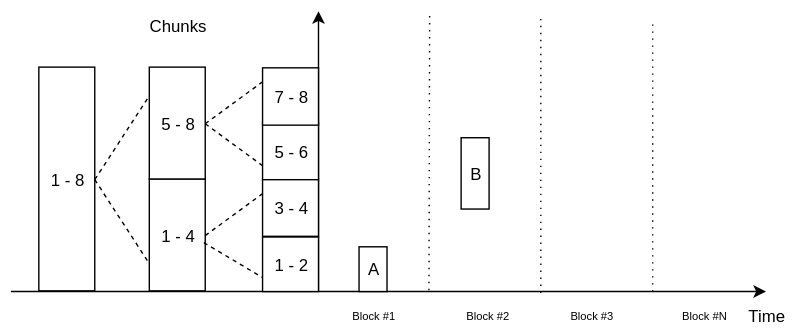
Above: chunks-and-tree.svg in artall64/tmp-isao-images (draw.io), before the change. Source tidied: cells renumbered, new cells last; positions are measured from the earlier drawing's top-left corner, leaving out a move shared by most shapes.
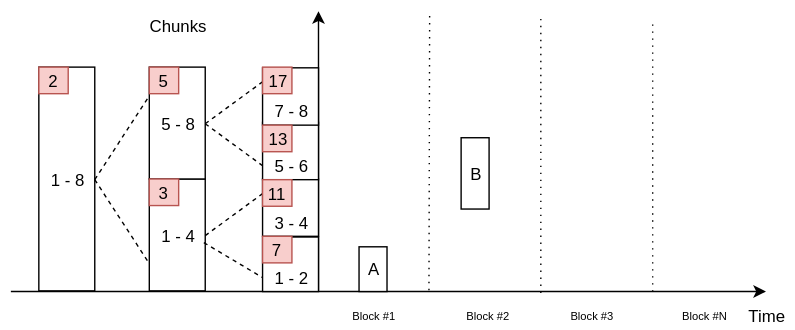
Later version of the same file.

What changed in the source:
```diff
@@ -14,13 +14,13 @@
         <mxPoint x="220" y="-0.5" as="targetPoint" />
       </mxGeometry>
     </mxCell>
-    <mxCell id="4" value="3 - 4" style="rounded=0;whiteSpace=wrap;html=1;fillColor=#ffffff;strokeColor=#000000;" parent="1" vertex="1">
+    <mxCell id="4" value="3 - 4" style="rounded=0;whiteSpace=wrap;html=1;fillColor=#ffffff;strokeColor=#000000;verticalAlign=bottom;" parent="1" vertex="1">
       <mxGeometry x="180" y="119.5" width="40" height="41" as="geometry" />
     </mxCell>
-    <mxCell id="5" value="5 - 6" style="rounded=0;whiteSpace=wrap;html=1;fillColor=#ffffff;strokeColor=#000000;" parent="1" vertex="1">
+    <mxCell id="5" value="5 - 6" style="rounded=0;whiteSpace=wrap;html=1;fillColor=#ffffff;strokeColor=#000000;verticalAlign=bottom;" parent="1" vertex="1">
       <mxGeometry x="180" y="79" width="40" height="41" as="geometry" />
     </mxCell>
-    <mxCell id="6" value="7 - 8" style="rounded=0;whiteSpace=wrap;html=1;" parent="1" vertex="1">
+    <mxCell id="6" value="7 - 8" style="rounded=0;whiteSpace=wrap;html=1;verticalAlign=bottom;" parent="1" vertex="1">
       <mxGeometry x="180" y="40" width="40" height="41" as="geometry" />
     </mxCell>
     <mxCell id="7" value="1 - 4" style="rounded=0;whiteSpace=wrap;html=1;fillColor=#ffffff;strokeColor=#000000;" parent="1" vertex="1">
@@ -92,8 +92,29 @@
     <mxCell id="26" value="A" style="rounded=0;whiteSpace=wrap;html=1;fillColor=#ffffff;strokeColor=#000000;" parent="1" vertex="1">
       <mxGeometry x="249" y="168" width="20" height="32" as="geometry" />
     </mxCell>
-    <mxCell id="27" value="1 - 2" style="rounded=0;whiteSpace=wrap;html=1;fillColor=#ffffff;strokeColor=#000000;" parent="1" vertex="1">
+    <mxCell id="27" value="1 - 2" style="rounded=0;whiteSpace=wrap;html=1;fillColor=#ffffff;strokeColor=#000000;verticalAlign=bottom;" parent="1" vertex="1">
       <mxGeometry x="180" y="161" width="40" height="39" as="geometry" />
     </mxCell>
+    <mxCell id="28" value="2" style="text;html=1;strokeColor=#b85450;fillColor=#f8cecc;align=center;verticalAlign=middle;whiteSpace=wrap;rounded=0;" parent="1" vertex="1">
+      <mxGeometry x="20" y="39.5" width="21" height="19" as="geometry" />
+    </mxCell>
+    <mxCell id="29" value="3" style="text;html=1;strokeColor=#b85450;fillColor=#f8cecc;align=center;verticalAlign=middle;whiteSpace=wrap;rounded=0;" parent="1" vertex="1">
+      <mxGeometry x="99" y="119.5" width="21" height="19" as="geometry" />
+    </mxCell>
+    <mxCell id="30" value="5" style="text;html=1;strokeColor=#b85450;fillColor=#f8cecc;align=center;verticalAlign=middle;whiteSpace=wrap;rounded=0;" parent="1" vertex="1">
+      <mxGeometry x="99" y="39.5" width="21" height="19" as="geometry" />
+    </mxCell>
+    <mxCell id="31" value="7" style="text;html=1;strokeColor=#b85450;fillColor=#f8cecc;align=center;verticalAlign=middle;whiteSpace=wrap;rounded=0;" parent="1" vertex="1">
+      <mxGeometry x="180" y="160.5" width="21" height="19" as="geometry" />
+    </mxCell>
+    <mxCell id="32" value="11" style="text;html=1;strokeColor=#b85450;fillColor=#f8cecc;align=center;verticalAlign=middle;whiteSpace=wrap;rounded=0;" parent="1" vertex="1">
+      <mxGeometry x="180" y="120" width="21" height="19" as="geometry" />
+    </mxCell>
+    <mxCell id="33" value="13" style="text;html=1;strokeColor=#b85450;fillColor=#f8cecc;align=center;verticalAlign=middle;whiteSpace=wrap;rounded=0;" parent="1" vertex="1">
+      <mxGeometry x="180" y="81" width="21" height="19" as="geometry" />
+    </mxCell>
+    <mxCell id="34" value="17" style="text;html=1;strokeColor=#b85450;fillColor=#f8cecc;align=center;verticalAlign=middle;whiteSpace=wrap;rounded=0;" parent="1" vertex="1">
+      <mxGeometry x="180" y="39.5" width="21" height="19" as="geometry" />
+    </mxCell>
   </root>
 </mxGraphModel>
```
